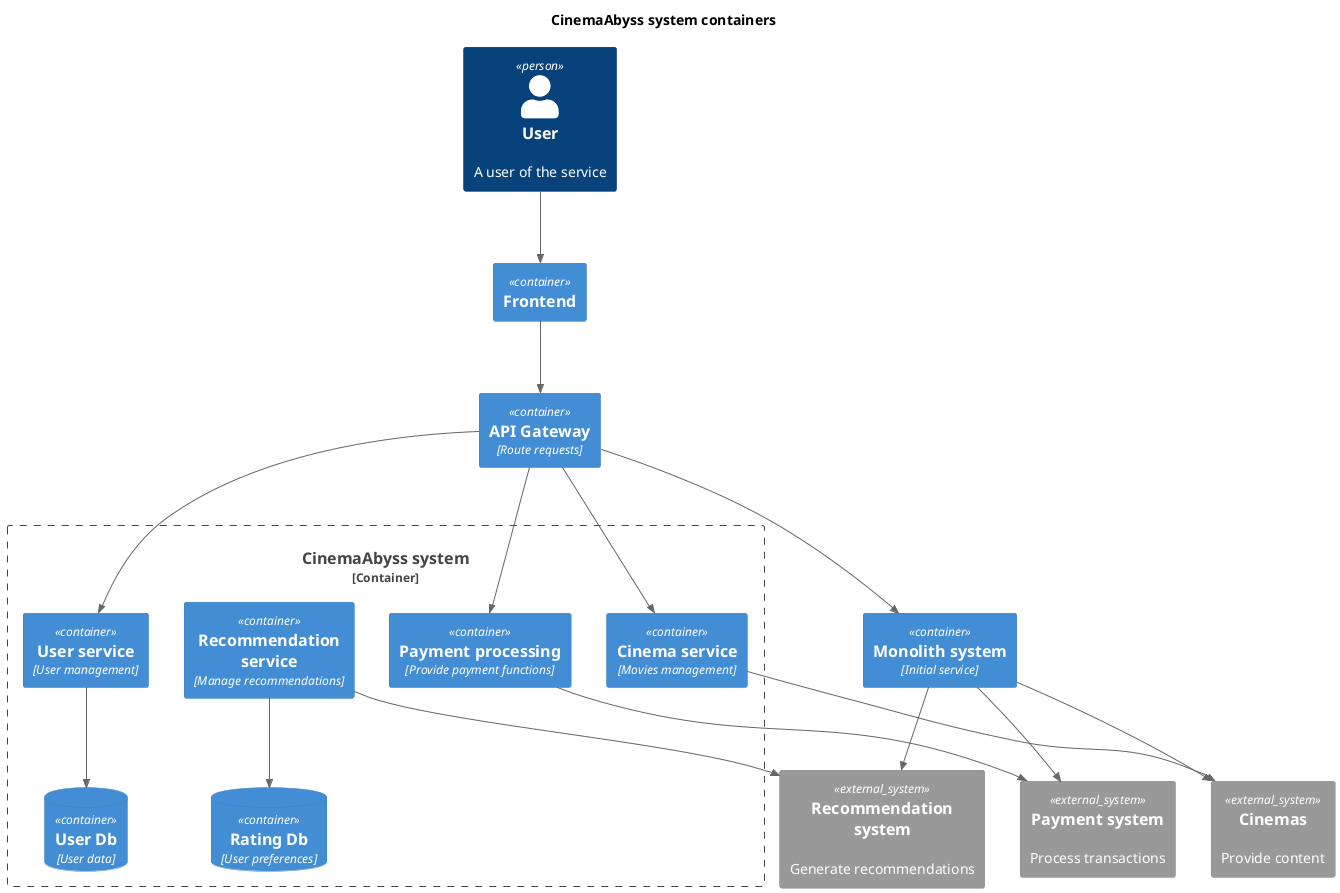
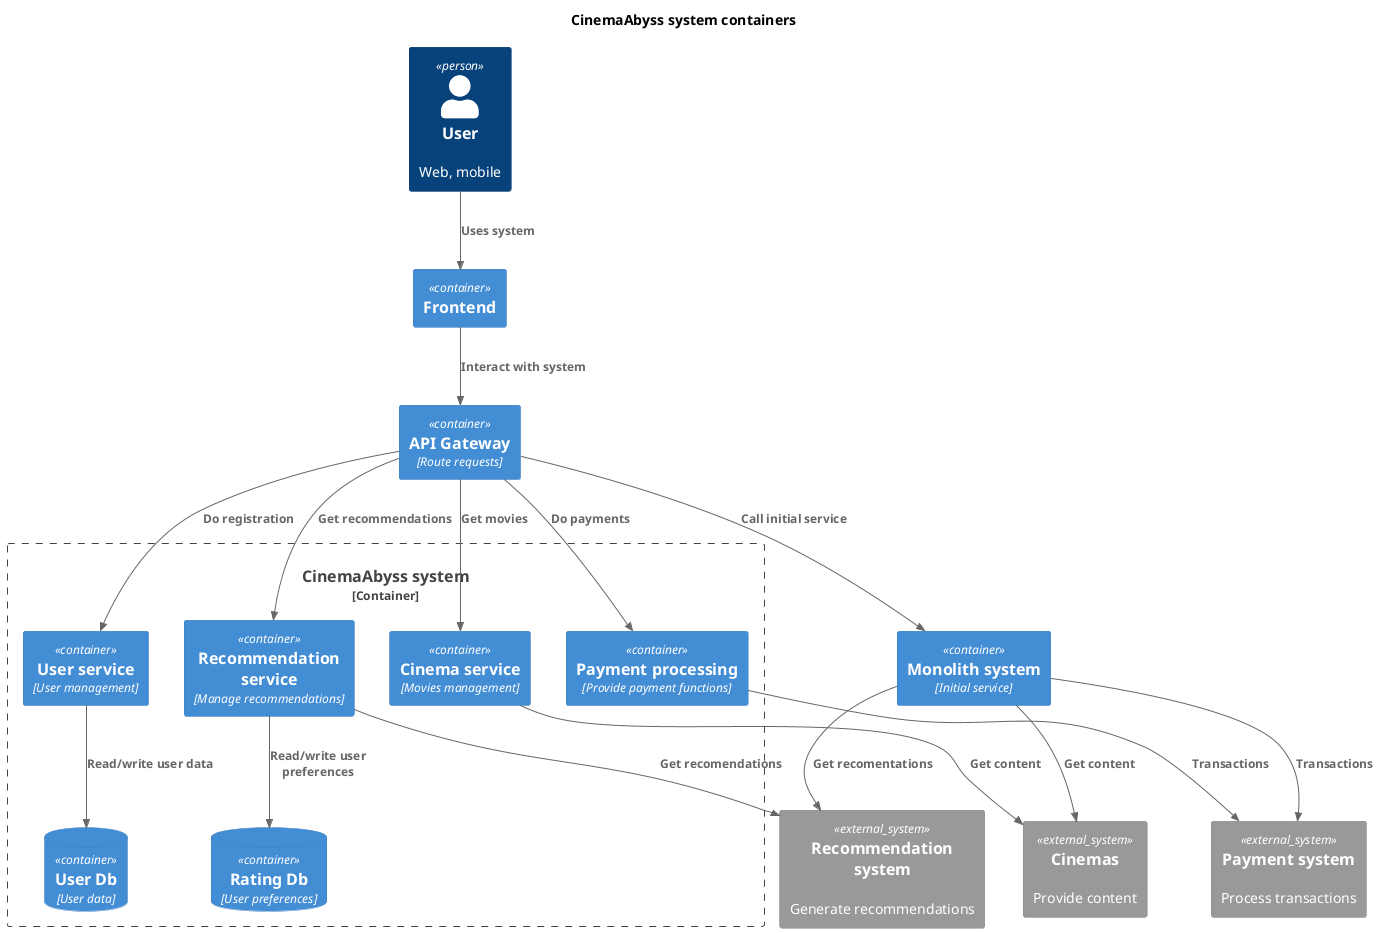
@startuml CinemaAbyss_container

title CinemaAbyss system containers
+ 
+ top to bottom direction

'!includeurl https://raw.githubusercontent.com/RicardoNiepel/C4-PlantUML/master/C4_Component.puml
!include <C4/C4_Component.puml>

' Users
- Person(User, "User", "A user of the service")
+ Person(User, "User", "Web, mobile")

Container(Frontend, "Frontend", "")

Container(ApiGateway, "API Gateway", "Route requests")

' CinemaAbyss system
Container_Boundary(CinAbSystem, "CinemaAbyss system") {
    Container(PaymentService, "Payment processing", "Provide payment functions")
    Container(CinemaService, "Cinema service", "Movies management")
    Container(RecommendationSystem, "Recommendation service", "Manage recommendations")
    ContainerDb(RatingDb, "Rating Db", "User preferences")
    Container(UserService, "User service", "User management")
    ContainerDb(UserDb, "User Db", "User data")
}

' Initial system
Container(Monolith, "Monolith system", "Initial service")

' External systems
System_Ext(PaymentSystem, "Payment system", "Process transactions")
System_Ext(Recommendations, "Recommendation system", "Generate recommendations")
System_Ext(Cinemas, "Cinemas", "Provide content")
'System_Ext(FileService, "S3", "Store files")

- Rel(User, Frontend, "")
- Rel(Frontend, ApiGateway, "")
+ Rel(User, Frontend, "Uses system")
+ Rel(Frontend, ApiGateway, "Interact with system")

- Rel(ApiGateway, Monolith, "")
- Rel(ApiGateway, PaymentService, "")
- Rel(ApiGateway, UserService, "")
- Rel(ApiGateway, CinemaService, "")
+ Rel(ApiGateway, Monolith, "Call initial service")
+ Rel(ApiGateway, PaymentService, "Do payments")
+ Rel(ApiGateway, UserService, "Do registration")
+ Rel(ApiGateway, CinemaService, "Get movies")
+ Rel(ApiGateway, RecommendationSystem, "Get recommendations")

' Relations
- Rel(PaymentService, PaymentSystem, "")
- Rel(CinemaService, Cinemas, "")
- Rel(RecommendationSystem, Recommendations, "")
+ Rel(PaymentService, PaymentSystem, "Transactions")
+ Rel(CinemaService, Cinemas, "Get content")
+ Rel(RecommendationSystem, Recommendations, "Get recomendations")

- Rel(Monolith, PaymentSystem, "")
- Rel(Monolith, Recommendations, "")
- Rel(Monolith, Cinemas, "")
+ Rel(Monolith, PaymentSystem, "Transactions")
+ Rel(Monolith, Recommendations, "Get recomentations")
+ Rel(Monolith, Cinemas, "Get content")

- Rel(UserService, UserDb, "")
- Rel(RecommendationSystem, RatingDb, "")
+ Rel(UserService, UserDb, "Read/write user data")
+ Rel(RecommendationSystem, RatingDb, "Read/write user preferences")


@enduml